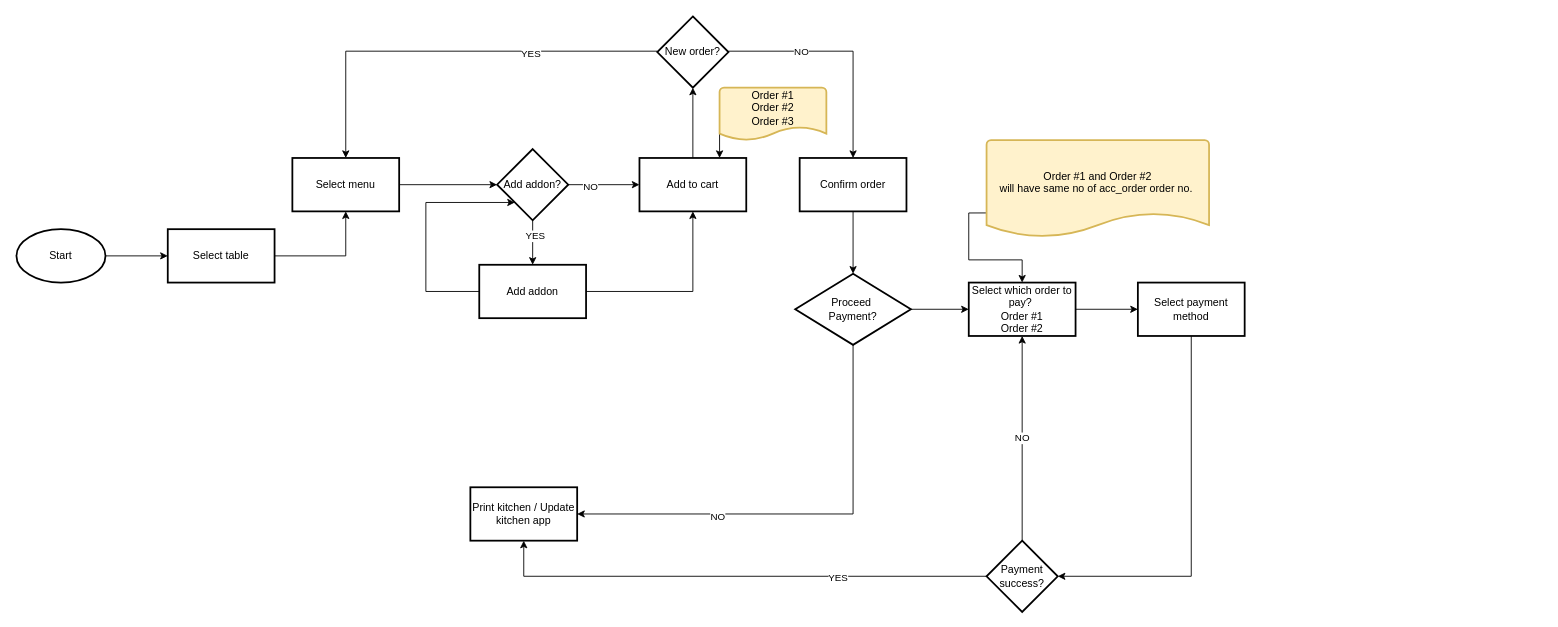
This is iBOXFAN Restaurant Management Flowchart.drawio from alifhaikal88/drawio, a draw.io file, before an edit. Source tidied: cells renumbered, new cells numbered last; positions are measured from the earlier drawing's top-left corner, leaving out a move shared by most shapes. Both pictures are drawn from the tidied source at 89%, with x=0, y=0 at pixel (16, 16).
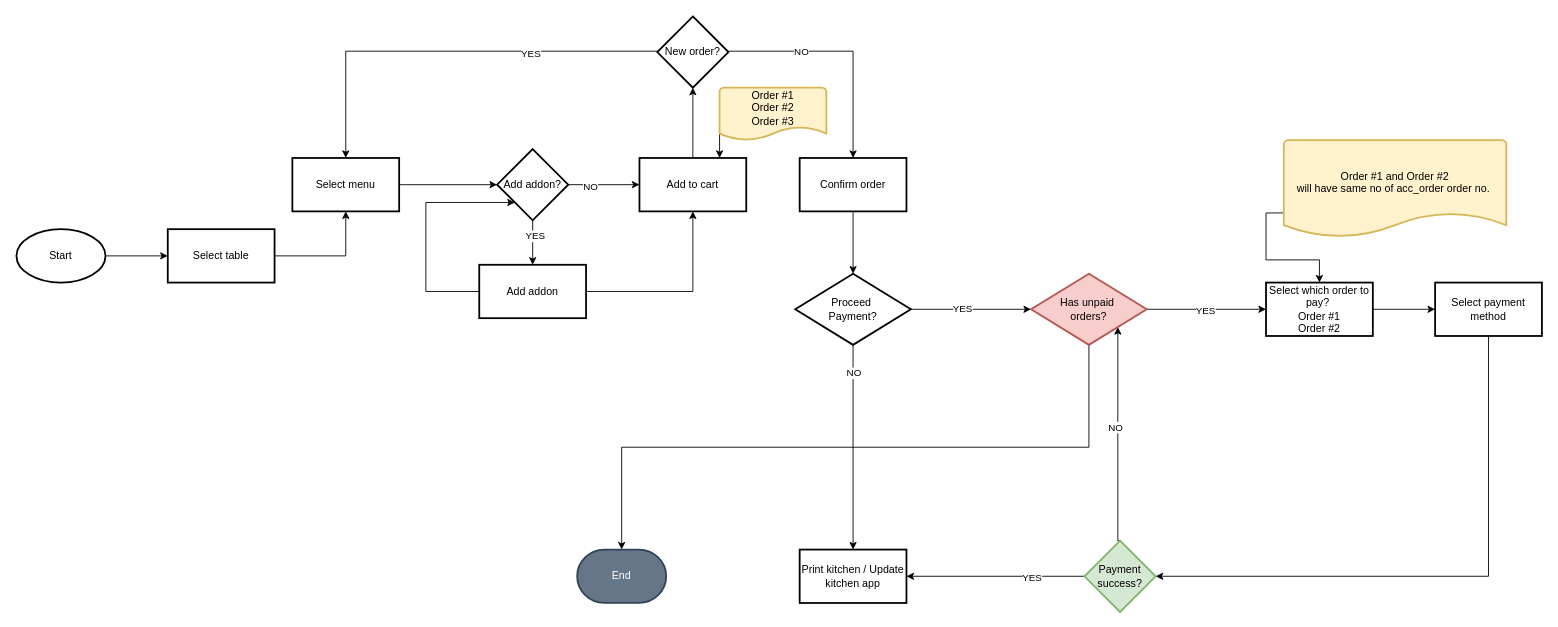
Above is the later version.

Unchanged cells that the change refers to:
```xml
<mxCell id="31" value="Proceed&amp;nbsp;&lt;br&gt;Payment?" style="rhombus;whiteSpace=wrap;html=1;strokeWidth=2;" parent="1" vertex="1">
  <mxGeometry x="875" y="289" width="130" height="80" as="geometry" />
</mxCell>
```

The edit, as a diff of the source:
```diff
@@
     <mxCell id="27" value="Print kitchen / Update kitchen app" style="whiteSpace=wrap;html=1;strokeWidth=2;" parent="1" vertex="1">
-      <mxGeometry x="510" y="529" width="120" height="60" as="geometry" />
+      <mxGeometry x="880" y="599" width="120" height="60" as="geometry" />
     </mxCell>
-    <mxCell id="28" style="edgeStyle=orthogonalEdgeStyle;rounded=0;jettySize=auto;html=1;exitX=0.5;exitY=1;exitDx=0;exitDy=0;entryX=1;entryY=0.5;entryDx=0;entryDy=0;" parent="1" edge="1" source="31" target="27">
+    <mxCell id="28" style="edgeStyle=orthogonalEdgeStyle;rounded=0;jettySize=auto;html=1;exitX=0.5;exitY=1;exitDx=0;exitDy=0;entryX=0.5;entryY=0;entryDx=0;entryDy=0;" parent="1" edge="1" source="31" target="27">
       <mxGeometry relative="1" as="geometry" />
     </mxCell>
     <mxCell id="29" value="NO" style="edgeLabel;html=1;align=center;verticalAlign=middle;" parent="28" vertex="1">
-      <mxGeometry x="0.37" y="2" relative="1" as="geometry" />
+      <mxGeometry x="0.37" y="2" relative="1" as="geometry">
+        <mxPoint x="-2" y="-127" as="offset" />
+      </mxGeometry>
     </mxCell>
-    <mxCell id="30" style="edgeStyle=orthogonalEdgeStyle;rounded=0;jettySize=auto;html=1;" parent="1" edge="1" source="31" target="33">
-      <mxGeometry relative="1" as="geometry" />
-    </mxCell>
+    <mxCell id="42" style="edgeStyle=orthogonalEdgeStyle;rounded=0;jettySize=auto;html=1;" parent="1" edge="1" source="31" target="48">
+      <mxGeometry relative="1" as="geometry" />
+    </mxCell>
+    <mxCell id="43" value="YES" style="edgeLabel;html=1;align=center;verticalAlign=middle;" parent="42" vertex="1">
+      <mxGeometry x="-0.14" y="1" relative="1" as="geometry">
+        <mxPoint x="-1" as="offset" />
+      </mxGeometry>
+    </mxCell>
@@
     <mxCell id="33" value="Select which order to pay?&amp;nbsp;&lt;br&gt;Order #1&lt;br&gt;Order #2&lt;br&gt;" style="whiteSpace=wrap;html=1;strokeWidth=2;" parent="1" vertex="1">
-      <mxGeometry x="1070" y="299" width="120" height="60" as="geometry" />
+      <mxGeometry x="1404" y="299" width="120" height="60" as="geometry" />
     </mxCell>
-    <mxCell id="34" style="edgeStyle=orthogonalEdgeStyle;rounded=0;jettySize=auto;html=1;exitX=0;exitY=0.5;exitDx=0;exitDy=0;entryX=0.5;entryY=1;entryDx=0;entryDy=0;" parent="1" edge="1" source="37" target="27">
+    <mxCell id="34" style="edgeStyle=orthogonalEdgeStyle;rounded=0;jettySize=auto;html=1;exitX=0;exitY=0.5;exitDx=0;exitDy=0;entryX=1;entryY=0.5;entryDx=0;entryDy=0;" parent="1" edge="1" source="37" target="27">
       <mxGeometry relative="1" as="geometry" />
     </mxCell>
@@
+    <mxCell id="44" style="edgeStyle=orthogonalEdgeStyle;rounded=0;jettySize=auto;html=1;exitX=0.5;exitY=0;exitDx=0;exitDy=0;entryX=1;entryY=1;entryDx=0;entryDy=0;" parent="1" edge="1" source="37" target="48">
+      <mxGeometry relative="1" as="geometry">
+        <Array as="points">
+          <mxPoint x="1238" y="589" />
+        </Array>
+      </mxGeometry>
+    </mxCell>
-    <mxCell id="36" value="NO" style="edgeStyle=orthogonalEdgeStyle;rounded=0;jettySize=auto;html=1;exitX=0.5;exitY=0;exitDx=0;exitDy=0;entryX=0.5;entryY=1;entryDx=0;entryDy=0;" parent="1" edge="1" source="37" target="33">
-      <mxGeometry relative="1" as="geometry" />
+    <mxCell id="36" value="NO" style="edgeLabel;html=1;align=center;verticalAlign=middle;" parent="44" vertex="1">
+      <mxGeometry x="0.07" y="3" relative="1" as="geometry" />
     </mxCell>
-    <mxCell id="37" value="Payment&lt;br&gt;success?" style="rhombus;whiteSpace=wrap;html=1;strokeWidth=2;" parent="1" vertex="1">
-      <mxGeometry x="1090" y="589" width="80" height="80" as="geometry" />
+    <mxCell id="37" value="Payment&lt;br&gt;success?" style="rhombus;whiteSpace=wrap;html=1;strokeWidth=2;fillColor=#d5e8d4;strokeColor=#82b366;" parent="1" vertex="1">
+      <mxGeometry x="1200" y="589" width="80" height="80" as="geometry" />
     </mxCell>
@@
     <mxCell id="39" value="Select payment method" style="whiteSpace=wrap;html=1;strokeWidth=2;" parent="1" vertex="1">
-      <mxGeometry x="1260" y="299" width="120" height="60" as="geometry" />
+      <mxGeometry x="1594" y="299" width="120" height="60" as="geometry" />
     </mxCell>
@@
     <mxCell id="41" value="Order #1 and Order #2&lt;br&gt;will have same no of acc_order order no.&amp;nbsp;&lt;br&gt;&lt;br&gt;" style="strokeWidth=2;html=1;shape=mxgraph.flowchart.document2;whiteSpace=wrap;size=0.25;fillColor=#fff2cc;strokeColor=#d6b656;" parent="1" vertex="1">
-      <mxGeometry x="1090" y="139" width="250" height="109" as="geometry" />
+      <mxGeometry x="1424" y="139" width="250" height="109" as="geometry" />
     </mxCell>
+    <mxCell id="45" style="edgeStyle=orthogonalEdgeStyle;rounded=0;jettySize=auto;html=1;exitX=1;exitY=0.5;exitDx=0;exitDy=0;entryX=0;entryY=0.5;entryDx=0;entryDy=0;" parent="1" edge="1" source="48" target="33">
+      <mxGeometry relative="1" as="geometry" />
+    </mxCell>
+    <mxCell id="46" value="YES" style="edgeLabel;html=1;align=center;verticalAlign=middle;" parent="45" vertex="1">
+      <mxGeometry x="-0.03" y="-1" relative="1" as="geometry" />
+    </mxCell>
+    <mxCell id="47" style="edgeStyle=orthogonalEdgeStyle;rounded=0;jettySize=auto;html=1;exitX=0.5;exitY=1;exitDx=0;exitDy=0;entryX=0.5;entryY=0;entryDx=0;entryDy=0;entryPerimeter=0;" parent="1" edge="1" source="48" target="49">
+      <mxGeometry relative="1" as="geometry" />
+    </mxCell>
+    <mxCell id="48" value="Has unpaid&amp;nbsp;&lt;br&gt;orders?" style="rhombus;whiteSpace=wrap;html=1;strokeWidth=2;fillColor=#f8cecc;strokeColor=#b85450;" parent="1" vertex="1">
+      <mxGeometry x="1140" y="289" width="130" height="80" as="geometry" />
+    </mxCell>
+    <mxCell id="49" value="End" style="strokeWidth=2;html=1;shape=mxgraph.flowchart.terminator;whiteSpace=wrap;fillColor=#647687;fontColor=#ffffff;strokeColor=#314354;" parent="1" vertex="1">
+      <mxGeometry x="630" y="599" width="100" height="60" as="geometry" />
+    </mxCell>
```
